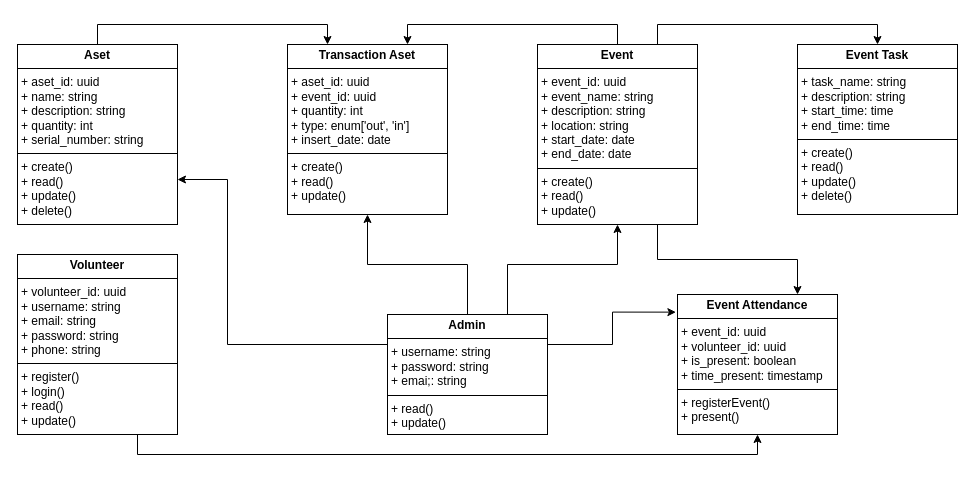
Above: page "Class Diagram" (2 of 3) of diagram/Untitled Diagram.drawio in dzikfr/mpi (draw.io), before the change. Source tidied: cells renumbered, new cells numbered last; positions are measured from the earlier drawing's top-left corner, leaving out a move shared by most shapes. Both pictures are drawn from the tidied source at 100%, with x=0, y=0 at pixel (17, 44).
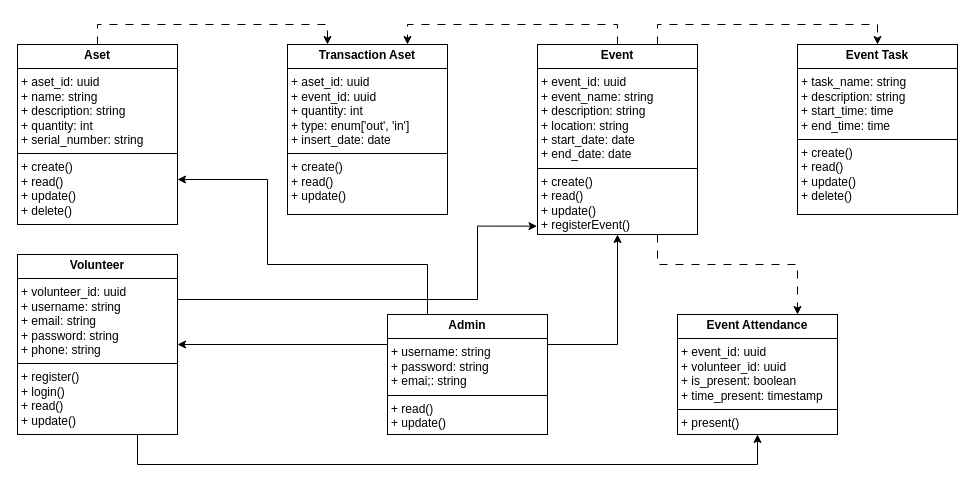
After the change.

Unchanged cells that the change refers to:
```xml
<mxCell id="7" value="&lt;p style=&quot;margin:0px;margin-top:4px;text-align:center;&quot;&gt;&lt;b&gt;Volunteer&lt;/b&gt;&lt;/p&gt;&lt;hr size=&quot;1&quot; style=&quot;border-style:solid;&quot;&gt;&lt;p style=&quot;margin:0px;margin-left:4px;&quot;&gt;+ volunteer_id: uuid&lt;/p&gt;&lt;p style=&quot;margin:0px;margin-left:4px;&quot;&gt;+ username: string&lt;/p&gt;&lt;p style=&quot;margin:0px;margin-left:4px;&quot;&gt;+ email: string&lt;/p&gt;&lt;p style=&quot;margin:0px;margin-left:4px;&quot;&gt;+ password: string&lt;/p&gt;&lt;p style=&quot;margin:0px;margin-left:4px;&quot;&gt;+ phone: string&lt;/p&gt;&lt;hr size=&quot;1&quot; style=&quot;border-style:solid;&quot;&gt;&lt;p style=&quot;margin: 0px 0px 0px 4px;&quot;&gt;+ register()&lt;/p&gt;&lt;p style=&quot;margin: 0px 0px 0px 4px;&quot;&gt;+ login()&lt;/p&gt;&lt;p style=&quot;margin: 0px 0px 0px 4px;&quot;&gt;+ read()&lt;/p&gt;&lt;p style=&quot;margin: 0px 0px 0px 4px;&quot;&gt;+ update()&lt;/p&gt;&lt;div&gt;&lt;br&gt;&lt;/div&gt;" style="verticalAlign=top;align=left;overflow=fill;html=1;whiteSpace=wrap;" parent="1" vertex="1">
  <mxGeometry y="210" width="160" height="180" as="geometry" />
</mxCell>
<mxCell id="9" value="&lt;p style=&quot;margin:0px;margin-top:4px;text-align:center;&quot;&gt;&lt;b&gt;Aset&lt;/b&gt;&lt;/p&gt;&lt;hr size=&quot;1&quot; style=&quot;border-style:solid;&quot;&gt;&lt;p style=&quot;margin:0px;margin-left:4px;&quot;&gt;+ aset_id: uuid&lt;/p&gt;&lt;p style=&quot;margin:0px;margin-left:4px;&quot;&gt;+ name: string&lt;/p&gt;&lt;p style=&quot;margin:0px;margin-left:4px;&quot;&gt;+ description: string&lt;/p&gt;&lt;p style=&quot;margin:0px;margin-left:4px;&quot;&gt;+ quantity: int&lt;/p&gt;&lt;p style=&quot;margin:0px;margin-left:4px;&quot;&gt;+ serial_number: string&lt;/p&gt;&lt;hr size=&quot;1&quot; style=&quot;border-style:solid;&quot;&gt;&lt;p style=&quot;margin:0px;margin-left:4px;&quot;&gt;+ create()&lt;/p&gt;&lt;p style=&quot;margin:0px;margin-left:4px;&quot;&gt;+ read()&lt;/p&gt;&lt;p style=&quot;margin:0px;margin-left:4px;&quot;&gt;+ update()&lt;/p&gt;&lt;p style=&quot;margin:0px;margin-left:4px;&quot;&gt;+ delete()&lt;/p&gt;" style="verticalAlign=top;align=left;overflow=fill;html=1;whiteSpace=wrap;" parent="1" vertex="1">
  <mxGeometry width="160" height="180" as="geometry" />
</mxCell>
<mxCell id="13" value="&lt;p style=&quot;margin:0px;margin-top:4px;text-align:center;&quot;&gt;&lt;b&gt;Admin&lt;/b&gt;&lt;/p&gt;&lt;hr size=&quot;1&quot; style=&quot;border-style:solid;&quot;&gt;&lt;p style=&quot;margin:0px;margin-left:4px;&quot;&gt;+ username: string&lt;/p&gt;&lt;p style=&quot;margin:0px;margin-left:4px;&quot;&gt;+ password: string&lt;/p&gt;&lt;p style=&quot;margin:0px;margin-left:4px;&quot;&gt;+ emai;: string&lt;/p&gt;&lt;hr size=&quot;1&quot; style=&quot;border-style:solid;&quot;&gt;&lt;p style=&quot;margin:0px;margin-left:4px;&quot;&gt;+ read()&lt;/p&gt;&lt;p style=&quot;margin:0px;margin-left:4px;&quot;&gt;+ update()&lt;/p&gt;" style="verticalAlign=top;align=left;overflow=fill;html=1;whiteSpace=wrap;" parent="1" vertex="1">
  <mxGeometry x="370" y="270" width="160" height="120" as="geometry" />
</mxCell>
<mxCell id="15" value="&lt;p style=&quot;margin:0px;margin-top:4px;text-align:center;&quot;&gt;&lt;b&gt;Transaction Aset&lt;/b&gt;&lt;/p&gt;&lt;hr size=&quot;1&quot; style=&quot;border-style:solid;&quot;&gt;&lt;p style=&quot;margin:0px;margin-left:4px;&quot;&gt;+ aset_id: uuid&lt;/p&gt;&lt;p style=&quot;margin:0px;margin-left:4px;&quot;&gt;+ event_id: uuid&lt;/p&gt;&lt;p style=&quot;margin:0px;margin-left:4px;&quot;&gt;+ quantity: int&lt;/p&gt;&lt;p style=&quot;margin:0px;margin-left:4px;&quot;&gt;+ type: enum['out', 'in']&lt;/p&gt;&lt;p style=&quot;margin:0px;margin-left:4px;&quot;&gt;+ insert_date: date&lt;/p&gt;&lt;hr size=&quot;1&quot; style=&quot;border-style:solid;&quot;&gt;&lt;p style=&quot;margin:0px;margin-left:4px;&quot;&gt;+ create()&lt;/p&gt;&lt;p style=&quot;margin:0px;margin-left:4px;&quot;&gt;+ read()&lt;/p&gt;&lt;p style=&quot;margin:0px;margin-left:4px;&quot;&gt;+ update()&lt;/p&gt;" style="verticalAlign=top;align=left;overflow=fill;html=1;whiteSpace=wrap;" parent="1" vertex="1">
  <mxGeometry x="270" width="160" height="170" as="geometry" />
</mxCell>
<mxCell id="16" value="&lt;p style=&quot;margin:0px;margin-top:4px;text-align:center;&quot;&gt;&lt;b&gt;Event Task&lt;/b&gt;&lt;/p&gt;&lt;hr size=&quot;1&quot; style=&quot;border-style:solid;&quot;&gt;&lt;p style=&quot;margin:0px;margin-left:4px;&quot;&gt;+ task_name: string&lt;/p&gt;&lt;p style=&quot;margin:0px;margin-left:4px;&quot;&gt;+ description: string&lt;/p&gt;&lt;p style=&quot;margin:0px;margin-left:4px;&quot;&gt;+ start_time: time&lt;/p&gt;&lt;p style=&quot;margin:0px;margin-left:4px;&quot;&gt;+ end_time: time&lt;/p&gt;&lt;hr size=&quot;1&quot; style=&quot;border-style:solid;&quot;&gt;&lt;p style=&quot;margin:0px;margin-left:4px;&quot;&gt;+ create()&lt;/p&gt;&lt;p style=&quot;margin:0px;margin-left:4px;&quot;&gt;+ read()&lt;/p&gt;&lt;p style=&quot;margin:0px;margin-left:4px;&quot;&gt;+ update()&lt;/p&gt;&lt;p style=&quot;margin:0px;margin-left:4px;&quot;&gt;+ delete()&lt;/p&gt;" style="verticalAlign=top;align=left;overflow=fill;html=1;whiteSpace=wrap;" parent="1" vertex="1">
  <mxGeometry x="780" width="160" height="170" as="geometry" />
</mxCell>
```

Diff of the diagram source:
```diff
@@
-    <mxCell id="2" style="edgeStyle=orthogonalEdgeStyle;rounded=0;jettySize=auto;html=1;exitX=0.5;exitY=0;exitDx=0;exitDy=0;entryX=0.75;entryY=0;entryDx=0;entryDy=0;" parent="1" edge="1" source="5" target="15">
+    <mxCell id="2" style="edgeStyle=orthogonalEdgeStyle;rounded=0;jettySize=auto;html=1;exitX=0.5;exitY=0;exitDx=0;exitDy=0;entryX=0.75;entryY=0;entryDx=0;entryDy=0;dashed=1;dashPattern=8 8;" parent="1" edge="1" source="5" target="15">
       <mxGeometry relative="1" as="geometry" />
     </mxCell>
-    <mxCell id="3" style="edgeStyle=orthogonalEdgeStyle;rounded=0;jettySize=auto;html=1;exitX=0.75;exitY=1;exitDx=0;exitDy=0;entryX=0.75;entryY=0;entryDx=0;entryDy=0;" parent="1" edge="1" source="5" target="14">
-      <mxGeometry relative="1" as="geometry" />
+    <mxCell id="3" style="edgeStyle=orthogonalEdgeStyle;rounded=0;jettySize=auto;html=1;exitX=0.75;exitY=1;exitDx=0;exitDy=0;entryX=0.75;entryY=0;entryDx=0;entryDy=0;dashed=1;dashPattern=8 8;" parent="1" edge="1" source="5" target="14">
+      <mxGeometry relative="1" as="geometry">
+        <Array as="points">
+          <mxPoint x="640" y="220" />
+          <mxPoint x="780" y="220" />
+        </Array>
+      </mxGeometry>
     </mxCell>
-    <mxCell id="4" style="edgeStyle=orthogonalEdgeStyle;rounded=0;jettySize=auto;html=1;exitX=0.75;exitY=0;exitDx=0;exitDy=0;entryX=0.5;entryY=0;entryDx=0;entryDy=0;" parent="1" edge="1" source="5" target="16">
+    <mxCell id="4" style="edgeStyle=orthogonalEdgeStyle;rounded=0;jettySize=auto;html=1;exitX=0.75;exitY=0;exitDx=0;exitDy=0;entryX=0.5;entryY=0;entryDx=0;entryDy=0;dashed=1;dashPattern=8 8;" parent="1" edge="1" source="5" target="16">
       <mxGeometry relative="1" as="geometry" />
     </mxCell>
-    <mxCell id="5" value="&lt;p style=&quot;margin:0px;margin-top:4px;text-align:center;&quot;&gt;&lt;b&gt;Event&lt;/b&gt;&lt;/p&gt;&lt;hr size=&quot;1&quot; style=&quot;border-style:solid;&quot;&gt;&lt;p style=&quot;margin:0px;margin-left:4px;&quot;&gt;+ event_id: uuid&lt;/p&gt;&lt;p style=&quot;margin:0px;margin-left:4px;&quot;&gt;+ event_name: string&lt;/p&gt;&lt;p style=&quot;margin:0px;margin-left:4px;&quot;&gt;+ description: string&lt;/p&gt;&lt;p style=&quot;margin:0px;margin-left:4px;&quot;&gt;+ location: string&lt;/p&gt;&lt;p style=&quot;margin:0px;margin-left:4px;&quot;&gt;+ start_date: date&lt;/p&gt;&lt;p style=&quot;margin:0px;margin-left:4px;&quot;&gt;+ end_date: date&lt;/p&gt;&lt;hr size=&quot;1&quot; style=&quot;border-style:solid;&quot;&gt;&lt;p style=&quot;margin:0px;margin-left:4px;&quot;&gt;+ create()&lt;/p&gt;&lt;p style=&quot;margin:0px;margin-left:4px;&quot;&gt;+ read()&lt;/p&gt;&lt;p style=&quot;margin:0px;margin-left:4px;&quot;&gt;+ update()&lt;/p&gt;" style="verticalAlign=top;align=left;overflow=fill;html=1;whiteSpace=wrap;" parent="1" vertex="1">
-      <mxGeometry x="520" width="160" height="180" as="geometry" />
+    <mxCell id="5" value="&lt;p style=&quot;margin:0px;margin-top:4px;text-align:center;&quot;&gt;&lt;b&gt;Event&lt;/b&gt;&lt;/p&gt;&lt;hr size=&quot;1&quot; style=&quot;border-style:solid;&quot;&gt;&lt;p style=&quot;margin:0px;margin-left:4px;&quot;&gt;+ event_id: uuid&lt;/p&gt;&lt;p style=&quot;margin:0px;margin-left:4px;&quot;&gt;+ event_name: string&lt;/p&gt;&lt;p style=&quot;margin:0px;margin-left:4px;&quot;&gt;+ description: string&lt;/p&gt;&lt;p style=&quot;margin:0px;margin-left:4px;&quot;&gt;+ location: string&lt;/p&gt;&lt;p style=&quot;margin:0px;margin-left:4px;&quot;&gt;+ start_date: date&lt;/p&gt;&lt;p style=&quot;margin:0px;margin-left:4px;&quot;&gt;+ end_date: date&lt;/p&gt;&lt;hr size=&quot;1&quot; style=&quot;border-style:solid;&quot;&gt;&lt;p style=&quot;margin:0px;margin-left:4px;&quot;&gt;+ create()&lt;/p&gt;&lt;p style=&quot;margin:0px;margin-left:4px;&quot;&gt;+ read()&lt;/p&gt;&lt;p style=&quot;margin:0px;margin-left:4px;&quot;&gt;+ update()&lt;/p&gt;&lt;p style=&quot;margin:0px;margin-left:4px;&quot;&gt;+ registerEvent()&lt;/p&gt;" style="verticalAlign=top;align=left;overflow=fill;html=1;whiteSpace=wrap;" parent="1" vertex="1">
+      <mxGeometry x="520" width="160" height="190" as="geometry" />
     </mxCell>
     <mxCell id="6" style="edgeStyle=orthogonalEdgeStyle;rounded=0;jettySize=auto;html=1;exitX=0.75;exitY=1;exitDx=0;exitDy=0;entryX=0.5;entryY=1;entryDx=0;entryDy=0;" parent="1" edge="1" source="7" target="14">
-      <mxGeometry relative="1" as="geometry" />
+      <mxGeometry relative="1" as="geometry">
+        <Array as="points">
+          <mxPoint x="120" y="420" />
+          <mxPoint x="740" y="420" />
+        </Array>
+      </mxGeometry>
     </mxCell>
+    <mxCell id="18" style="edgeStyle=orthogonalEdgeStyle;rounded=0;jettySize=auto;html=1;exitX=1;exitY=0.25;exitDx=0;exitDy=0;entryX=-0.003;entryY=0.956;entryDx=0;entryDy=0;entryPerimeter=0;" parent="1" edge="1" source="7" target="5">
+      <mxGeometry relative="1" as="geometry">
+        <Array as="points">
+          <mxPoint x="460" y="255" />
+          <mxPoint x="460" y="182" />
+        </Array>
+      </mxGeometry>
+    </mxCell>
@@
-    <mxCell id="8" style="edgeStyle=orthogonalEdgeStyle;rounded=0;jettySize=auto;html=1;exitX=0.5;exitY=0;exitDx=0;exitDy=0;entryX=0.25;entryY=0;entryDx=0;entryDy=0;" parent="1" edge="1" source="9" target="15">
+    <mxCell id="8" style="edgeStyle=orthogonalEdgeStyle;rounded=0;jettySize=auto;html=1;exitX=0.5;exitY=0;exitDx=0;exitDy=0;entryX=0.25;entryY=0;entryDx=0;entryDy=0;dashed=1;dashPattern=8 8;" parent="1" edge="1" source="9" target="15">
       <mxGeometry relative="1" as="geometry" />
     </mxCell>
@@
-    <mxCell id="10" style="edgeStyle=orthogonalEdgeStyle;rounded=0;jettySize=auto;html=1;exitX=0.5;exitY=0;exitDx=0;exitDy=0;entryX=0.5;entryY=1;entryDx=0;entryDy=0;" parent="1" edge="1" source="13" target="15">
-      <mxGeometry relative="1" as="geometry" />
-    </mxCell>
+    <mxCell id="12" style="edgeStyle=orthogonalEdgeStyle;rounded=0;jettySize=auto;html=1;exitX=0.25;exitY=0;exitDx=0;exitDy=0;entryX=1;entryY=0.75;entryDx=0;entryDy=0;" parent="1" edge="1" source="13" target="9">
+      <mxGeometry relative="1" as="geometry">
+        <Array as="points">
+          <mxPoint x="410" y="220" />
+          <mxPoint x="250" y="220" />
+          <mxPoint x="250" y="135" />
+        </Array>
+      </mxGeometry>
+    </mxCell>
+    <mxCell id="19" style="edgeStyle=orthogonalEdgeStyle;rounded=0;jettySize=auto;html=1;exitX=0;exitY=0.25;exitDx=0;exitDy=0;entryX=1;entryY=0.5;entryDx=0;entryDy=0;" parent="1" edge="1" source="13" target="7">
+      <mxGeometry relative="1" as="geometry" />
+    </mxCell>
     <mxCell id="11" style="edgeStyle=orthogonalEdgeStyle;rounded=0;jettySize=auto;html=1;exitX=1;exitY=0.25;exitDx=0;exitDy=0;entryX=0.5;entryY=1;entryDx=0;entryDy=0;" parent="1" edge="1" source="13" target="5">
-      <mxGeometry relative="1" as="geometry">
-        <Array as="points">
-          <mxPoint x="530" y="270" />
-          <mxPoint x="490" y="270" />
-          <mxPoint x="490" y="220" />
-          <mxPoint x="600" y="220" />
-        </Array>
-      </mxGeometry>
+      <mxGeometry relative="1" as="geometry" />
     </mxCell>
-    <mxCell id="12" style="edgeStyle=orthogonalEdgeStyle;rounded=0;jettySize=auto;html=1;exitX=0;exitY=0.25;exitDx=0;exitDy=0;entryX=1;entryY=0.75;entryDx=0;entryDy=0;" parent="1" edge="1" source="13" target="9">
-      <mxGeometry relative="1" as="geometry">
-        <Array as="points">
-          <mxPoint x="210" y="300" />
-          <mxPoint x="210" y="135" />
-        </Array>
-      </mxGeometry>
-    </mxCell>
@@
-    <mxCell id="14" value="&lt;p style=&quot;margin:0px;margin-top:4px;text-align:center;&quot;&gt;&lt;b&gt;Event Attendance&lt;/b&gt;&lt;/p&gt;&lt;hr size=&quot;1&quot; style=&quot;border-style:solid;&quot;&gt;&lt;p style=&quot;margin:0px;margin-left:4px;&quot;&gt;+ event_id: uuid&lt;/p&gt;&lt;p style=&quot;margin:0px;margin-left:4px;&quot;&gt;+ volunteer_id: uuid&lt;/p&gt;&lt;p style=&quot;margin:0px;margin-left:4px;&quot;&gt;+ is_present: boolean&lt;/p&gt;&lt;p style=&quot;margin:0px;margin-left:4px;&quot;&gt;+ time_present: timestamp&lt;/p&gt;&lt;hr size=&quot;1&quot; style=&quot;border-style:solid;&quot;&gt;&lt;p style=&quot;margin:0px;margin-left:4px;&quot;&gt;+ registerEvent()&lt;/p&gt;&lt;p style=&quot;margin:0px;margin-left:4px;&quot;&gt;+ present()&lt;/p&gt;" style="verticalAlign=top;align=left;overflow=fill;html=1;whiteSpace=wrap;" parent="1" vertex="1">
-      <mxGeometry x="660" y="250" width="160" height="140" as="geometry" />
+    <mxCell id="14" value="&lt;p style=&quot;margin:0px;margin-top:4px;text-align:center;&quot;&gt;&lt;b&gt;Event Attendance&lt;/b&gt;&lt;/p&gt;&lt;hr size=&quot;1&quot; style=&quot;border-style:solid;&quot;&gt;&lt;p style=&quot;margin:0px;margin-left:4px;&quot;&gt;+ event_id: uuid&lt;/p&gt;&lt;p style=&quot;margin:0px;margin-left:4px;&quot;&gt;+ volunteer_id: uuid&lt;/p&gt;&lt;p style=&quot;margin:0px;margin-left:4px;&quot;&gt;+ is_present: boolean&lt;/p&gt;&lt;p style=&quot;margin:0px;margin-left:4px;&quot;&gt;+ time_present: timestamp&lt;/p&gt;&lt;hr size=&quot;1&quot; style=&quot;border-style:solid;&quot;&gt;&lt;p style=&quot;margin:0px;margin-left:4px;&quot;&gt;&lt;span style=&quot;background-color: transparent; color: light-dark(rgb(0, 0, 0), rgb(255, 255, 255));&quot;&gt;+ present()&lt;/span&gt;&lt;/p&gt;" style="verticalAlign=top;align=left;overflow=fill;html=1;whiteSpace=wrap;" parent="1" vertex="1">
+      <mxGeometry x="660" y="270" width="160" height="120" as="geometry" />
     </mxCell>
@@
-    <mxCell id="17" style="edgeStyle=orthogonalEdgeStyle;rounded=0;jettySize=auto;html=1;exitX=1;exitY=0.25;exitDx=0;exitDy=0;entryX=-0.01;entryY=0.126;entryDx=0;entryDy=0;entryPerimeter=0;" parent="1" edge="1" source="13" target="14">
-      <mxGeometry relative="1" as="geometry" />
-    </mxCell>
```
